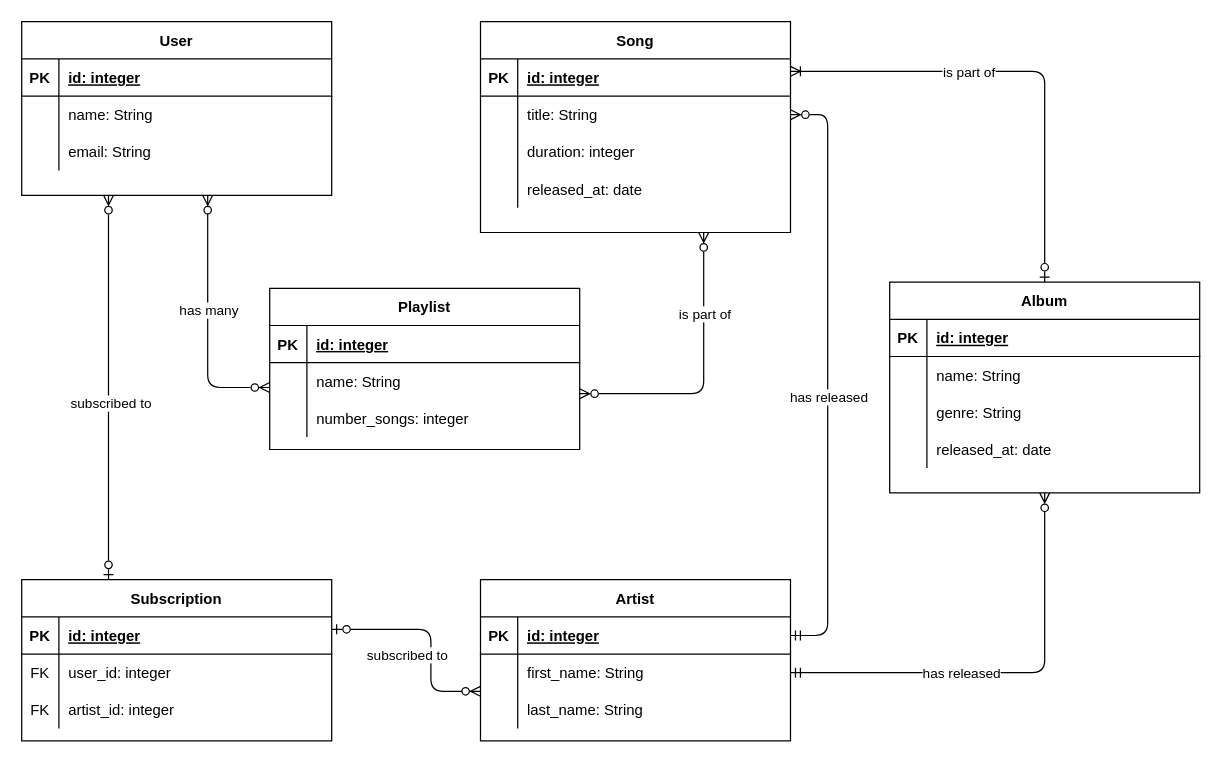
Before: erd.drawio in SBakanow/hhn-db1-memeql, a draw.io diagram. Source tidied: cells renumbered, new cells numbered last; positions are measured from the earlier drawing's top-left corner, leaving out a move shared by most shapes. Both pictures are drawn from the tidied source at 124%, with x=0, y=0 at pixel (21, 21).
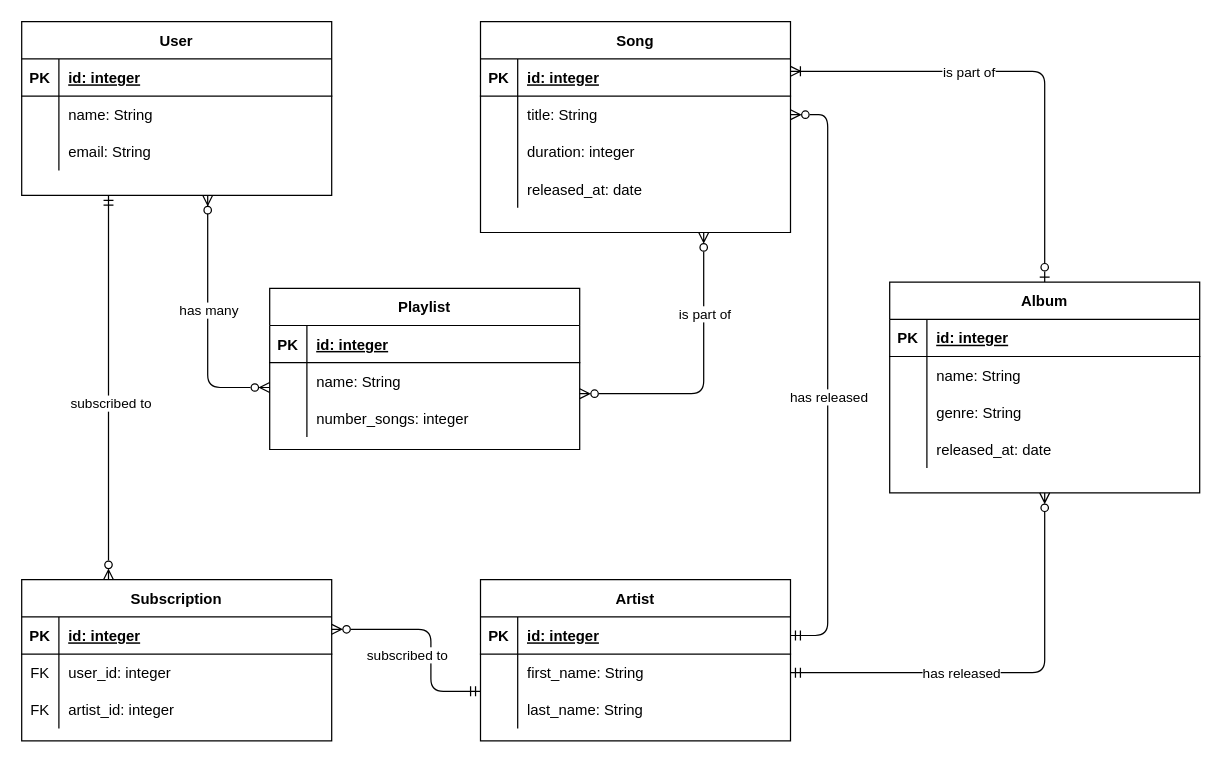
The same diagram, later.

Unchanged cells that the change refers to:
```xml
<mxCell id="17" value="Artist" style="shape=table;startSize=30;childLayout=tableLayout;rowLines=0;fontStyle=1;align=center;" parent="1" vertex="1">
  <mxGeometry x="370" y="450" width="250" height="130" as="geometry" />
</mxCell>
<mxCell id="27" value="User" style="shape=table;startSize=30;childLayout=tableLayout;rowLines=0;fontStyle=1;align=center;" parent="1" vertex="1">
  <mxGeometry width="250" height="140" as="geometry" />
</mxCell>
<mxCell id="47" value="Subscription" style="shape=table;startSize=30;childLayout=tableLayout;rowLines=0;fontStyle=1;align=center;" parent="1" vertex="1">
  <mxGeometry y="450" width="250" height="130" as="geometry" />
</mxCell>
```

What changed in the source:
```diff
@@
-    <mxCell id="61" style="edgeStyle=orthogonalEdgeStyle;endArrow=ERzeroToMany;startArrow=ERzeroToOne;endFill=0;startFill=0;" parent="1" edge="1" source="47" target="27">
+    <mxCell id="61" style="edgeStyle=orthogonalEdgeStyle;endArrow=ERmandOne;startArrow=ERzeroToMany;endFill=0;startFill=0;" parent="1" edge="1" source="47" target="27">
       <mxGeometry relative="1" as="geometry">
         <Array as="points">
           <mxPoint x="70" y="270" />
           <mxPoint x="70" y="270" />
         </Array>
       </mxGeometry>
     </mxCell>
@@
-    <mxCell id="63" style="edgeStyle=orthogonalEdgeStyle;endArrow=ERzeroToMany;startArrow=ERzeroToOne;endFill=1;startFill=0;" parent="1" edge="1" source="47" target="17">
+    <mxCell id="63" style="edgeStyle=orthogonalEdgeStyle;endArrow=ERmandOne;startArrow=ERzeroToMany;endFill=0;startFill=0;" parent="1" edge="1" source="47" target="17">
       <mxGeometry relative="1" as="geometry">
         <Array as="points">
           <mxPoint x="330" y="490" />
           <mxPoint x="330" y="540" />
         </Array>
       </mxGeometry>
     </mxCell>
```
